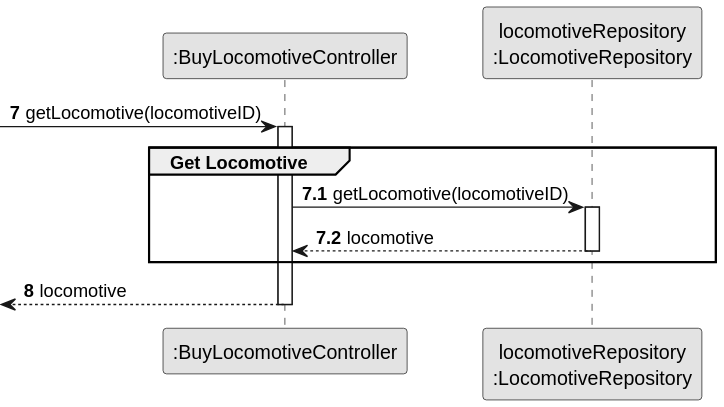
Earlier version of the PlantUML export docs/system-documentation/Sprint 2/US09/03.design/svg/US09-SD-partial-get-locomotive.svg (HenriqueSilva18/Railway-Network-Simulator). The source it was exported from:
```plantuml
@startuml
skinparam monochrome true
skinparam packageStyle rectangle
skinparam shadowing false

participant ":BuyLocomotiveController" as CTRL
participant "locomotiveRepository\n:LocomotiveRepository" as LOC_REPO

autonumber 7
-> CTRL : getLocomotive(locomotiveID)

autonumber 7.1
activate CTRL
    group Get Locomotive
        CTRL -> LOC_REPO : getLocomotive(locomotiveID)
        activate LOC_REPO
            LOC_REPO --> CTRL : locomotive
        deactivate LOC_REPO
    end

    autonumber 8
    <-- CTRL : locomotive
deactivate CTRL
@enduml
```
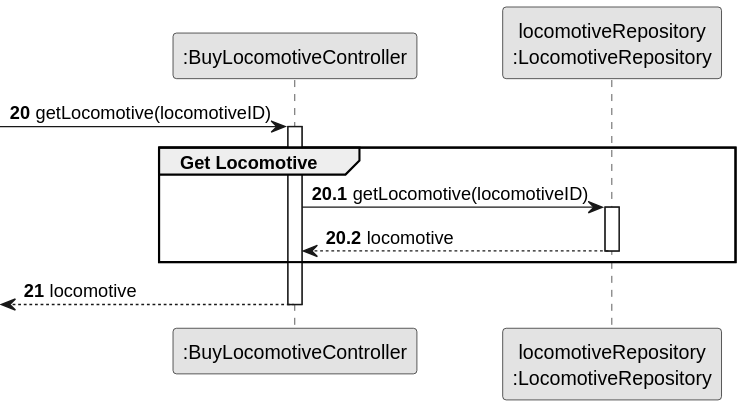
Above is the later version.

Diff of the diagram source:
```diff
@@ -6,10 +6,10 @@
 participant ":BuyLocomotiveController" as CTRL
 participant "locomotiveRepository\n:LocomotiveRepository" as LOC_REPO
 
-autonumber 7
+autonumber 20
 -> CTRL : getLocomotive(locomotiveID)
 
-autonumber 7.1
+autonumber 20.1
 activate CTRL
     group Get Locomotive
         CTRL -> LOC_REPO : getLocomotive(locomotiveID)
@@ -18,7 +18,7 @@
         deactivate LOC_REPO
     end
 
-    autonumber 8
+    autonumber 21
     <-- CTRL : locomotive
 deactivate CTRL
 @enduml
```
